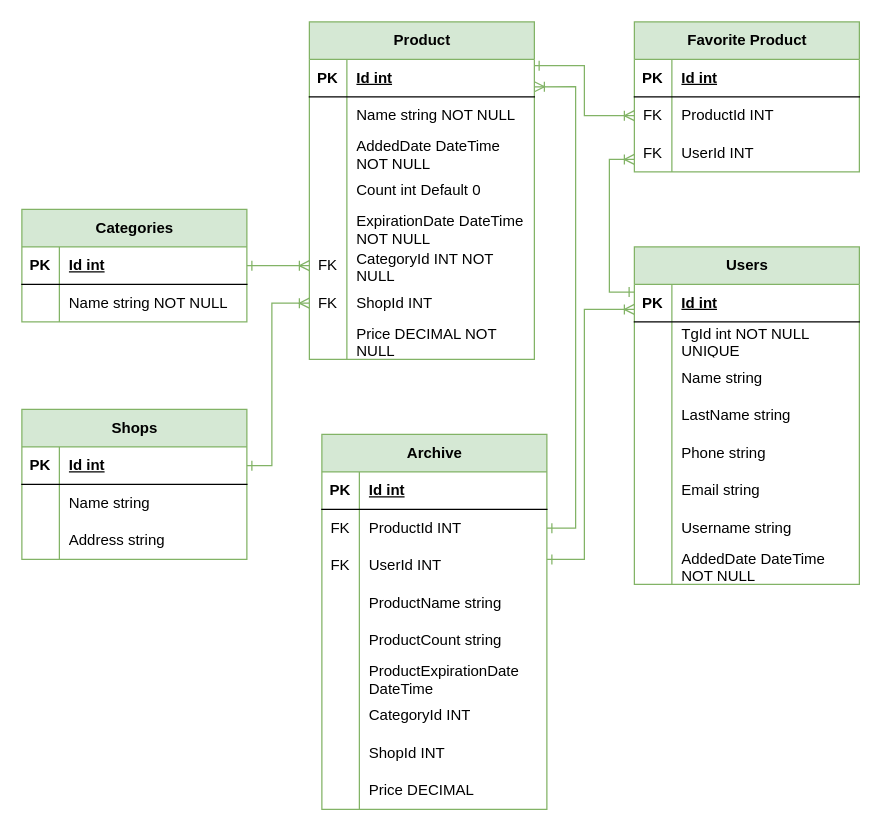
Before: ER.drawio in zhenia777/ProductBotManager, a draw.io diagram. Source tidied: cells renumbered, new cells numbered last; positions are measured from the earlier drawing's top-left corner, leaving out a move shared by most shapes. Both pictures are drawn from the tidied source at 125%, with x=0, y=0 at pixel (21, 21).
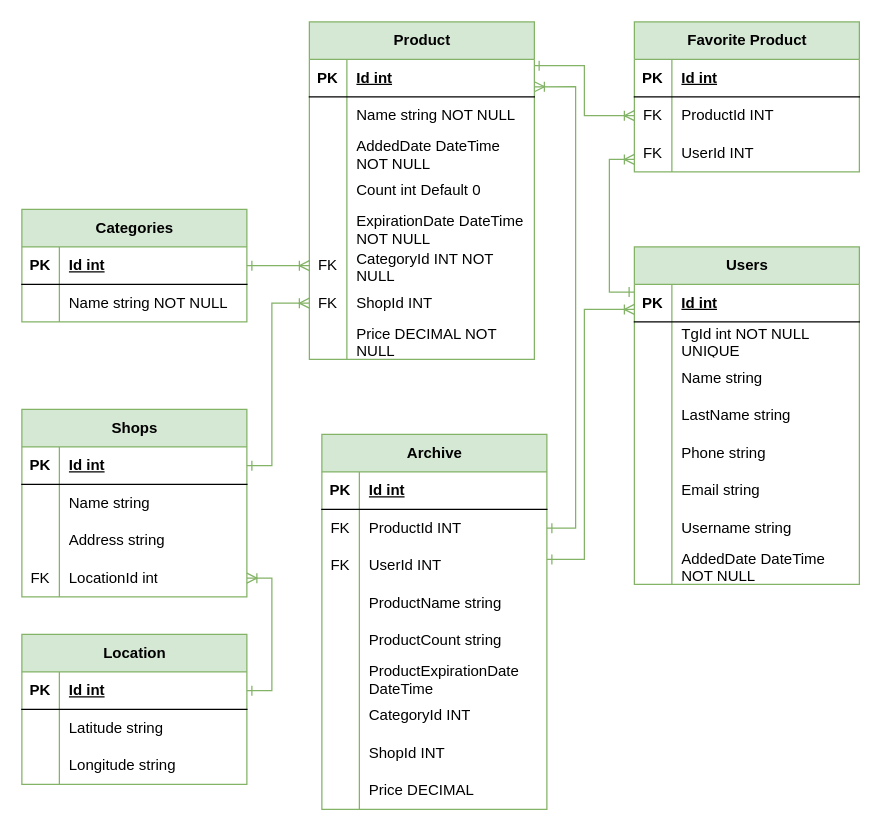
After the change.

The edit, as a diff of the source:
```diff
@@
     <mxCell id="71" value="Shops" style="shape=table;startSize=30;childLayout=tableLayout;rowLines=0;fontStyle=1;align=center;html=1;fillColor=#d5e8d4;strokeColor=#82b366;" parent="1" vertex="1">
-      <mxGeometry y="310" width="180" height="120" as="geometry" />
+      <mxGeometry y="310" width="180" height="150" as="geometry" />
     </mxCell>
@@
+    <mxCell id="113" style="shape=tableRow;horizontal=0;startSize=0;swimlaneHead=0;swimlaneBody=0;fillColor=none;points=[[0,0.5],[1,0.5]];portConstraint=eastwest;top=0;left=0;right=0;bottom=0;" parent="71" vertex="1">
+      <mxGeometry y="120" width="180" height="30" as="geometry" />
+    </mxCell>
+    <mxCell id="114" value="FK" style="shape=partialRectangle;fillColor=none;top=0;left=0;bottom=0;right=0;overflow=hidden;whiteSpace=wrap;html=1;" parent="113" vertex="1">
+      <mxGeometry width="30" height="30" as="geometry" />
+    </mxCell>
+    <mxCell id="115" value="LocationId int" style="shape=partialRectangle;fillColor=none;top=0;left=0;bottom=0;right=0;align=left;spacingLeft=6;overflow=hidden;whiteSpace=wrap;html=1;" parent="113" vertex="1">
+      <mxGeometry x="30" width="150" height="30" as="geometry" />
+    </mxCell>
@@
+    <mxCell id="116" value="Location" style="shape=table;startSize=30;childLayout=tableLayout;rowLines=0;fontStyle=1;align=center;html=1;fillColor=#d5e8d4;strokeColor=#82b366;" parent="1" vertex="1">
+      <mxGeometry y="490" width="180" height="120" as="geometry" />
+    </mxCell>
+    <mxCell id="117" style="shape=tableRow;horizontal=0;startSize=0;swimlaneHead=0;swimlaneBody=0;fillColor=none;points=[[0,0.5],[1,0.5]];portConstraint=eastwest;top=0;left=0;right=0;bottom=1;" parent="116" vertex="1">
+      <mxGeometry y="30" width="180" height="30" as="geometry" />
+    </mxCell>
+    <mxCell id="118" value="PK" style="shape=partialRectangle;fillColor=none;top=0;left=0;bottom=0;right=0;fontStyle=1;overflow=hidden;whiteSpace=wrap;html=1;" parent="117" vertex="1">
+      <mxGeometry width="30" height="30" as="geometry" />
+    </mxCell>
+    <mxCell id="119" value="Id int" style="shape=partialRectangle;fillColor=none;top=0;left=0;bottom=0;right=0;align=left;spacingLeft=6;fontStyle=5;overflow=hidden;whiteSpace=wrap;html=1;" parent="117" vertex="1">
+      <mxGeometry x="30" width="150" height="30" as="geometry" />
+    </mxCell>
+    <mxCell id="120" style="shape=tableRow;horizontal=0;startSize=0;swimlaneHead=0;swimlaneBody=0;fillColor=none;top=0;left=0;right=0;bottom=0;" parent="116" vertex="1">
+      <mxGeometry y="60" width="180" height="30" as="geometry" />
+    </mxCell>
+    <mxCell id="121" style="shape=partialRectangle;fillColor=none;top=0;left=0;bottom=0;right=0;overflow=hidden;whiteSpace=wrap;html=1;" parent="120" vertex="1">
+      <mxGeometry width="30" height="30" as="geometry" />
+    </mxCell>
+    <mxCell id="122" value="Latitude&amp;nbsp;string" style="shape=partialRectangle;fillColor=none;top=0;left=0;bottom=0;right=0;align=left;spacingLeft=6;overflow=hidden;whiteSpace=wrap;html=1;" parent="120" vertex="1">
+      <mxGeometry x="30" width="150" height="30" as="geometry" />
+    </mxCell>
+    <mxCell id="123" style="shape=tableRow;horizontal=0;startSize=0;swimlaneHead=0;swimlaneBody=0;fillColor=none;top=0;left=0;right=0;bottom=0;" parent="116" vertex="1">
+      <mxGeometry y="90" width="180" height="30" as="geometry" />
+    </mxCell>
+    <mxCell id="124" style="shape=partialRectangle;fillColor=none;top=0;left=0;bottom=0;right=0;overflow=hidden;whiteSpace=wrap;html=1;" parent="123" vertex="1">
+      <mxGeometry width="30" height="30" as="geometry" />
+    </mxCell>
+    <mxCell id="125" value="Longitude&amp;nbsp;string" style="shape=partialRectangle;fillColor=none;top=0;left=0;bottom=0;right=0;align=left;spacingLeft=6;overflow=hidden;whiteSpace=wrap;html=1;" parent="123" vertex="1">
+      <mxGeometry x="30" width="150" height="30" as="geometry" />
+    </mxCell>
+    <mxCell id="126" style="edgeStyle=orthogonalEdgeStyle;rounded=0;jettySize=auto;html=1;endArrow=ERone;endFill=0;startArrow=ERoneToMany;startFill=0;fillColor=#d5e8d4;strokeColor=#82b366;exitX=1;exitY=0.5;exitDx=0;exitDy=0;entryX=1;entryY=0.5;entryDx=0;entryDy=0;" parent="1" edge="1" source="113" target="117">
+      <mxGeometry relative="1" as="geometry">
+        <Array as="points">
+          <mxPoint x="200" y="445" />
+          <mxPoint x="200" y="535" />
+        </Array>
+      </mxGeometry>
+    </mxCell>
```
